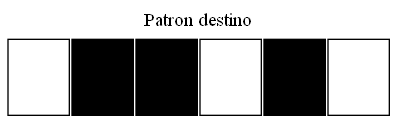
Before: grafica_destino.png, a diagram exported from Graphviz (Dgo45921/IPC2_Proyecto1_202003585). Its source is kept beside it as grafica_destino.dot.
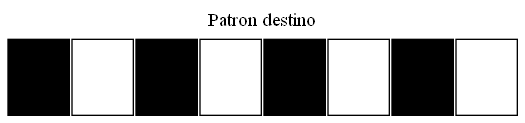
The same file after the commit.

Change to the diagram source:
```diff
@@ -5,8 +5,10 @@
         tabla [shape=none, margin=0, label=<
         <TABLE BORDER="0" CELLBORDER="1" CELLSPACING="2.5" CELLPADDING="20">
            <TR>
+ <TD BGCOLOR="black"> </TD>
  <TD> </TD>
  <TD BGCOLOR="black"> </TD>
+ <TD> </TD>
  <TD BGCOLOR="black"> </TD>
  <TD> </TD>
  <TD BGCOLOR="black"> </TD>
```
